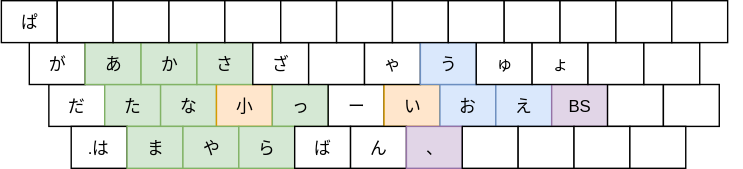
funatsufumiya/pc-f-layout keeps this draw.io diagram as layout_image.drawio.svg. Above is the earlier version. Source tidied: cells renumbered, new cells last; positions are measured from the earlier drawing's top-left corner, leaving out a move shared by most shapes.
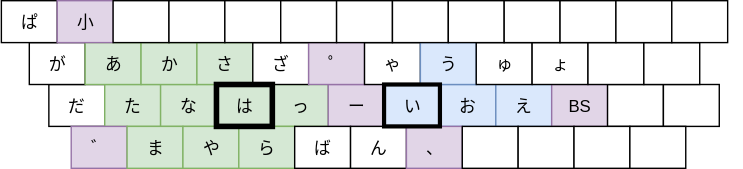
Above is the later version.

Commit message:
Moved small key and added tens

Diff of the diagram source:
```diff
@@ -11,18 +11,12 @@
     <mxCell id="4" value="な" style="rounded=0;whiteSpace=wrap;html=1;fillColor=#d5e8d4;strokeColor=#82b366;" parent="1" vertex="1">
       <mxGeometry x="114" y="60" width="40" height="30" as="geometry" />
     </mxCell>
-    <mxCell id="5" value="小" style="rounded=0;whiteSpace=wrap;html=1;fillColor=#ffe6cc;strokeColor=#d79b00;" parent="1" vertex="1">
-      <mxGeometry x="154" y="60" width="40" height="30" as="geometry" />
-    </mxCell>
     <mxCell id="6" value="っ" style="rounded=0;whiteSpace=wrap;html=1;fillColor=#d5e8d4;strokeColor=#82b366;" parent="1" vertex="1">
       <mxGeometry x="194" y="60" width="40" height="30" as="geometry" />
     </mxCell>
-    <mxCell id="7" value="ー" style="rounded=0;whiteSpace=wrap;html=1;" parent="1" vertex="1">
+    <mxCell id="7" value="ー" style="rounded=0;whiteSpace=wrap;html=1;fillColor=#e1d5e7;strokeColor=#9673a6;" parent="1" vertex="1">
       <mxGeometry x="234" y="60" width="40" height="30" as="geometry" />
     </mxCell>
-    <mxCell id="8" value="い" style="rounded=0;whiteSpace=wrap;html=1;fillColor=#ffe6cc;strokeColor=#d79b00;" parent="1" vertex="1">
-      <mxGeometry x="274" y="60" width="40" height="30" as="geometry" />
-    </mxCell>
     <mxCell id="9" value="お" style="rounded=0;whiteSpace=wrap;html=1;fillColor=#dae8fc;strokeColor=#6c8ebf;" parent="1" vertex="1">
       <mxGeometry x="314" y="60" width="40" height="30" as="geometry" />
     </mxCell>
@@ -41,7 +35,7 @@
     <mxCell id="14" value="G" style="group;" parent="1" vertex="1">
       <mxGeometry x="50" y="90" width="480" height="30" as="geometry" />
     </mxCell>
-    <mxCell id="15" value=".は" style="rounded=0;whiteSpace=wrap;html=1;" parent="14" vertex="1">
+    <mxCell id="15" value="゛" style="rounded=0;whiteSpace=wrap;html=1;fillColor=#e1d5e7;strokeColor=#9673a6;" parent="14" vertex="1">
       <mxGeometry width="40" height="30" as="geometry" />
     </mxCell>
     <mxCell id="16" value="ま" style="rounded=0;whiteSpace=wrap;html=1;fillColor=#d5e8d4;strokeColor=#82b366;" parent="14" vertex="1">
@@ -95,7 +89,7 @@
     <mxCell id="32" value="ざ" style="rounded=0;whiteSpace=wrap;html=1;" parent="27" vertex="1">
       <mxGeometry x="160" width="40" height="30" as="geometry" />
     </mxCell>
-    <mxCell id="33" style="rounded=0;whiteSpace=wrap;html=1;" parent="27" vertex="1">
+    <mxCell id="33" value="゜" style="rounded=0;whiteSpace=wrap;html=1;fillColor=#e1d5e7;strokeColor=#9673a6;" parent="27" vertex="1">
       <mxGeometry x="200" width="40" height="30" as="geometry" />
     </mxCell>
     <mxCell id="34" value="ゃ" style="rounded=0;whiteSpace=wrap;html=1;" parent="27" vertex="1">
@@ -125,7 +119,7 @@
     <mxCell id="42" value="ぱ" style="rounded=0;whiteSpace=wrap;html=1;" parent="41" vertex="1">
       <mxGeometry width="40" height="30" as="geometry" />
     </mxCell>
-    <mxCell id="43" style="rounded=0;whiteSpace=wrap;html=1;" parent="41" vertex="1">
+    <mxCell id="43" value="小" style="rounded=0;whiteSpace=wrap;html=1;fillColor=#e1d5e7;strokeColor=#9673a6;" parent="41" vertex="1">
       <mxGeometry x="40" width="40" height="30" as="geometry" />
     </mxCell>
     <mxCell id="44" style="rounded=0;whiteSpace=wrap;html=1;" parent="41" vertex="1">
@@ -161,5 +155,11 @@
     <mxCell id="54" style="rounded=0;whiteSpace=wrap;html=1;" parent="1" vertex="1">
       <mxGeometry x="480" width="40" height="30" as="geometry" />
     </mxCell>
+    <mxCell id="8" value="い" style="rounded=0;whiteSpace=wrap;html=1;fillColor=#dae8fc;strokeColor=#000000;strokeWidth=3;" parent="1" vertex="1">
+      <mxGeometry x="274" y="60" width="40" height="30" as="geometry" />
+    </mxCell>
+    <mxCell id="5" value="は" style="rounded=0;whiteSpace=wrap;html=1;fillColor=#d5e8d4;strokeColor=#000000;strokeWidth=4;" parent="1" vertex="1">
+      <mxGeometry x="154" y="60" width="40" height="30" as="geometry" />
+    </mxCell>
   </root>
 </mxGraphModel>
```
